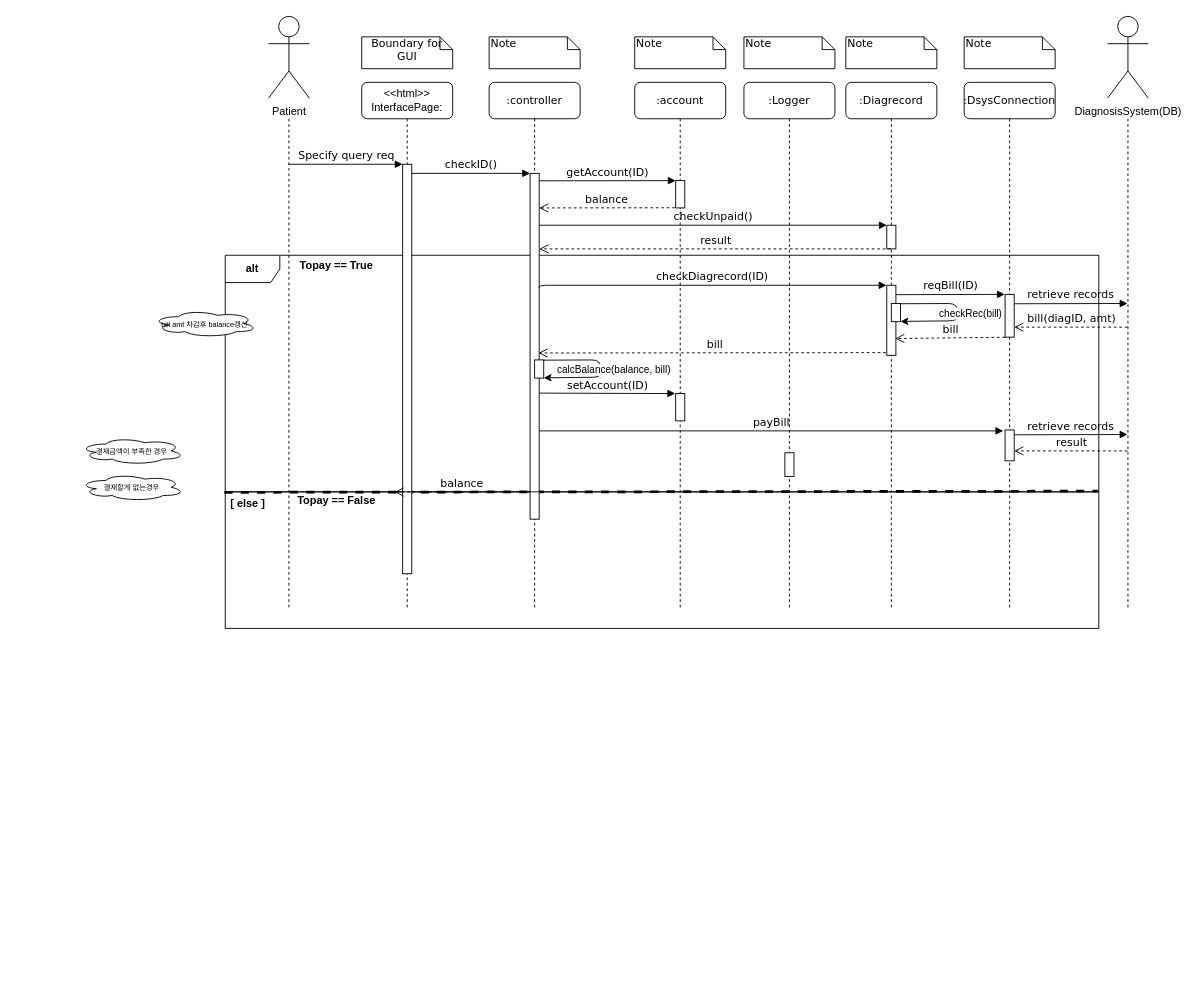
yhb1834/Smart-Health-Prediction-System keeps this draw.io diagram as patient/UC5_sequence_diag.drawio. Above is the earlier version. Source tidied: cells renumbered, new cells numbered last; positions are measured from the earlier drawing's top-left corner, leaving out a move shared by most shapes. Both pictures are drawn from the tidied source at 91%, with x=0, y=0 at pixel (79, 16).
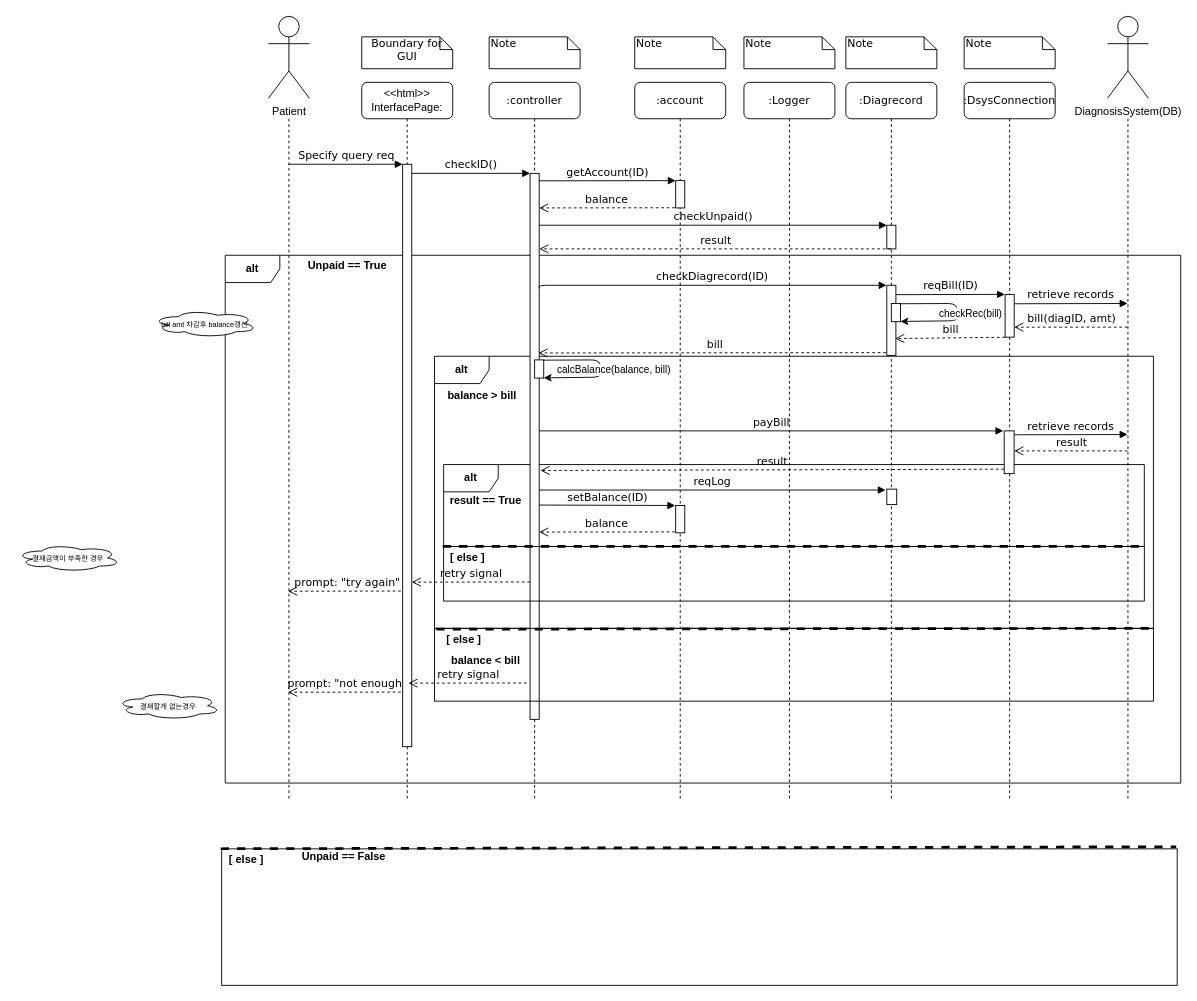
After the change.

Diff of the diagram source:
```diff
@@
+    <mxCell id="6" value="&lt;b&gt;alt&lt;/b&gt;" style="shape=umlFrame;whiteSpace=wrap;html=1;" parent="1" vertex="1">
+      <mxGeometry x="160" y="262" width="1050" height="580" as="geometry" />
+    </mxCell>
+    <mxCell id="61" value="prompt: &quot;not enough&quot;" style="html=1;verticalAlign=bottom;endArrow=open;dashed=1;endSize=8;labelBackgroundColor=none;fontFamily=Verdana;fontSize=12;edgeStyle=elbowEdgeStyle;elbow=vertical;exitX=-0.087;exitY=0.993;exitDx=0;exitDy=0;exitPerimeter=0;" parent="1" edge="1">
+      <mxGeometry relative="1" as="geometry">
+        <mxPoint x="359" y="742" as="sourcePoint" />
+        <mxPoint x="229" y="742" as="targetPoint" />
+        <Array as="points">
+          <mxPoint x="313.9" y="742.2" />
+          <mxPoint x="288.9" y="742.2" />
+          <mxPoint x="318.9" y="742.2" />
+        </Array>
+      </mxGeometry>
+    </mxCell>
+    <mxCell id="62" value="prompt: &quot;try again&quot;" style="html=1;verticalAlign=bottom;endArrow=open;dashed=1;endSize=8;labelBackgroundColor=none;fontFamily=Verdana;fontSize=12;edgeStyle=elbowEdgeStyle;elbow=vertical;exitX=-0.087;exitY=0.993;exitDx=0;exitDy=0;exitPerimeter=0;" parent="1" edge="1">
+      <mxGeometry relative="1" as="geometry">
+        <mxPoint x="359" y="631" as="sourcePoint" />
+        <mxPoint x="229" y="631" as="targetPoint" />
+        <Array as="points">
+          <mxPoint x="313.9" y="631.2" />
+          <mxPoint x="288.9" y="631.2" />
+          <mxPoint x="318.9" y="631.2" />
+        </Array>
+      </mxGeometry>
+    </mxCell>
+    <mxCell id="63" value="&lt;b&gt;alt&lt;/b&gt;" style="shape=umlFrame;whiteSpace=wrap;html=1;" parent="1" vertex="1">
+      <mxGeometry x="390" y="373" width="790" height="299" as="geometry" />
+    </mxCell>
+    <mxCell id="64" value="&lt;b&gt;alt&lt;/b&gt;" style="shape=umlFrame;whiteSpace=wrap;html=1;" parent="1" vertex="1">
+      <mxGeometry x="400" y="492" width="770" height="90" as="geometry" />
+    </mxCell>
@@
     <mxCell id="3" value=":DsysConnection" style="shape=umlLifeline;perimeter=lifelinePerimeter;whiteSpace=wrap;html=1;rounded=1;shadow=0;comic=0;labelBackgroundColor=none;strokeWidth=1;fontFamily=Verdana;fontSize=12;align=center;" parent="1" vertex="1">
-      <mxGeometry x="972" y="72" width="100" height="580" as="geometry" />
+      <mxGeometry x="972" y="72" width="100" height="790" as="geometry" />
     </mxCell>
     <mxCell id="4" value=":Logger" style="shape=umlLifeline;perimeter=lifelinePerimeter;whiteSpace=wrap;html=1;rounded=1;shadow=0;comic=0;labelBackgroundColor=none;strokeWidth=1;fontFamily=Verdana;fontSize=12;align=center;" parent="1" vertex="1">
-      <mxGeometry x="730" y="72" width="100" height="580" as="geometry" />
+      <mxGeometry x="730" y="72" width="100" height="790" as="geometry" />
     </mxCell>
-    <mxCell id="5" style="group;" parent="1" vertex="1">
-      <mxGeometry x="160" y="262" width="960" height="260" as="geometry" />
-    </mxCell>
-    <mxCell id="6" value="&lt;b&gt;alt&lt;/b&gt;" style="shape=umlFrame;whiteSpace=wrap;html=1;" parent="5" vertex="1">
-      <mxGeometry width="960" height="260" as="geometry" />
-    </mxCell>
-    <mxCell id="7" value="Topay == True" style="text;html=1;strokeColor=none;fillColor=none;align=center;verticalAlign=middle;whiteSpace=wrap;rounded=0;fontStyle=1;" parent="5" vertex="1">
-      <mxGeometry x="80" y="1.1" width="85" height="22.6" as="geometry" />
-    </mxCell>
-    <mxCell id="8" style="endArrow=none;dashed=1;html=1;strokeWidth=3;entryX=0.999;entryY=0.997;entryDx=0;entryDy=0;entryPerimeter=0;exitX=-0.001;exitY=1.002;exitDx=0;exitDy=0;exitPerimeter=0;" parent="5" edge="1" source="6" target="6">
-      <mxGeometry x="-50" y="305.2" as="geometry" />
-    </mxCell>
-    <mxCell id="9" style="html=1;perimeter=orthogonalPerimeter;rounded=0;shadow=0;comic=0;labelBackgroundColor=none;strokeColor=#000000;strokeWidth=1;fillColor=#FFFFFF;fontFamily=Verdana;fontSize=12;fontColor=#000000;align=center;" parent="5" vertex="1">
-      <mxGeometry x="857" y="192" width="10" height="33.9" as="geometry" />
-    </mxCell>
-    <mxCell id="10" style="html=1;perimeter=orthogonalPerimeter;rounded=0;shadow=0;comic=0;labelBackgroundColor=none;strokeWidth=1;fontFamily=Verdana;fontSize=12;align=center;" parent="5" vertex="1">
-      <mxGeometry x="615" y="217" width="10" height="26" as="geometry" />
-    </mxCell>
     <mxCell id="11" value=":controller" style="shape=umlLifeline;perimeter=lifelinePerimeter;whiteSpace=wrap;html=1;rounded=1;shadow=0;comic=0;labelBackgroundColor=none;strokeWidth=1;fontFamily=Verdana;fontSize=12;align=center;" parent="1" vertex="1">
-      <mxGeometry x="450" y="72" width="100" height="580" as="geometry" />
+      <mxGeometry x="450" y="72" width="100" height="790" as="geometry" />
     </mxCell>
     <mxCell id="12" style="html=1;points=[];perimeter=orthogonalPerimeter;rounded=0;shadow=0;comic=0;labelBackgroundColor=none;strokeWidth=1;fontFamily=Verdana;fontSize=12;align=center;" parent="11" vertex="1">
-      <mxGeometry x="45" y="100" width="10" height="380" as="geometry" />
+      <mxGeometry x="45" y="100" width="10" height="600" as="geometry" />
     </mxCell>
     <mxCell id="13" value=":account" style="shape=umlLifeline;perimeter=lifelinePerimeter;whiteSpace=wrap;html=1;rounded=1;shadow=0;comic=0;labelBackgroundColor=none;strokeWidth=1;fontFamily=Verdana;fontSize=12;align=center;" parent="1" vertex="1">
-      <mxGeometry x="610" y="72" width="100" height="580" as="geometry" />
+      <mxGeometry x="610" y="72" width="100" height="790" as="geometry" />
     </mxCell>
@@
+    <mxCell id="33" value="setBalance(ID)" style="html=1;verticalAlign=bottom;endArrow=block;entryX=-0.051;entryY=-0.006;labelBackgroundColor=none;fontFamily=Verdana;fontSize=12;edgeStyle=elbowEdgeStyle;elbow=vertical;entryDx=0;entryDy=0;entryPerimeter=0;" parent="13" edge="1">
+      <mxGeometry relative="1" as="geometry">
+        <mxPoint x="-105" y="464.5" as="sourcePoint" />
+        <mxPoint x="44.5" y="464.8" as="targetPoint" />
+      </mxGeometry>
+    </mxCell>
+    <mxCell id="34" style="html=1;perimeter=orthogonalPerimeter;rounded=0;shadow=0;comic=0;labelBackgroundColor=none;strokeWidth=1;fontFamily=Verdana;fontSize=12;align=center;" parent="13" vertex="1">
+      <mxGeometry x="45" y="465" width="10" height="30" as="geometry" />
+    </mxCell>
     <mxCell id="15" value=":Diagrecord" style="shape=umlLifeline;perimeter=lifelinePerimeter;whiteSpace=wrap;html=1;outlineConnect=0;rounded=1;shadow=0;comic=0;labelBackgroundColor=none;strokeWidth=1;fontFamily=Verdana;fontSize=12;align=center;" parent="1" vertex="1">
-      <mxGeometry x="842" y="72" width="100" height="580" as="geometry" />
+      <mxGeometry x="842" y="72" width="100" height="790" as="geometry" />
     </mxCell>
@@
+    <mxCell id="10" style="html=1;perimeter=orthogonalPerimeter;rounded=0;shadow=0;comic=0;labelBackgroundColor=none;strokeWidth=1;fontFamily=Verdana;fontSize=12;align=center;" parent="15" vertex="1">
+      <mxGeometry x="45" y="447" width="10.9" height="17" as="geometry" />
+    </mxCell>
     <mxCell id="17" value="&lt;font face=&quot;Helvetica&quot;&gt;&amp;lt;&amp;lt;html&amp;gt;&amp;gt;&lt;br&gt;InterfacePage:&lt;/font&gt;" style="shape=umlLifeline;perimeter=lifelinePerimeter;whiteSpace=wrap;html=1;rounded=1;shadow=0;comic=0;labelBackgroundColor=none;strokeWidth=1;fontFamily=Verdana;fontSize=12;align=center;" parent="1" vertex="1">
-      <mxGeometry x="310" y="72" width="100" height="580" as="geometry" />
+      <mxGeometry x="310" y="72" width="100" height="790" as="geometry" />
     </mxCell>
     <mxCell id="18" style="html=1;points=[];perimeter=orthogonalPerimeter;rounded=0;shadow=0;comic=0;labelBackgroundColor=none;strokeWidth=1;fontFamily=Verdana;fontSize=12;align=center;" parent="17" vertex="1">
-      <mxGeometry x="45" y="90" width="10" height="450" as="geometry" />
+      <mxGeometry x="45" y="90" width="10" height="640" as="geometry" />
     </mxCell>
@@
     <mxCell id="27" style="shape=umlLifeline;perimeter=lifelinePerimeter;whiteSpace=wrap;html=1;outlineConnect=0;rounded=1;shadow=0;comic=0;labelBackgroundColor=none;strokeWidth=1;fontFamily=Verdana;fontSize=12;align=center;size=0;" parent="1" vertex="1">
-      <mxGeometry x="180" y="112" width="100" height="540" as="geometry" />
+      <mxGeometry x="180" y="112" width="100" height="750" as="geometry" />
     </mxCell>
@@
     <mxCell id="29" style="shape=umlLifeline;perimeter=lifelinePerimeter;whiteSpace=wrap;html=1;rounded=1;shadow=0;comic=0;labelBackgroundColor=none;strokeWidth=1;fontFamily=Verdana;fontSize=12;align=center;size=0;" parent="1" vertex="1">
-      <mxGeometry x="1102" y="112" width="100" height="540" as="geometry" />
+      <mxGeometry x="1102" y="112" width="100" height="750" as="geometry" />
     </mxCell>
@@
-    <mxCell id="33" value="setAccount(ID)" style="html=1;verticalAlign=bottom;endArrow=block;entryX=-0.051;entryY=-0.006;labelBackgroundColor=none;fontFamily=Verdana;fontSize=12;edgeStyle=elbowEdgeStyle;elbow=vertical;entryDx=0;entryDy=0;entryPerimeter=0;" parent="1" edge="1">
-      <mxGeometry relative="1" as="geometry">
-        <mxPoint x="505" y="413.5" as="sourcePoint" />
-        <mxPoint x="654.5" y="413.8" as="targetPoint" />
-      </mxGeometry>
-    </mxCell>
-    <mxCell id="34" style="html=1;perimeter=orthogonalPerimeter;rounded=0;shadow=0;comic=0;labelBackgroundColor=none;strokeWidth=1;fontFamily=Verdana;fontSize=12;align=center;" parent="1" vertex="1">
-      <mxGeometry x="655" y="414" width="10" height="30" as="geometry" />
-    </mxCell>
@@
     <mxCell id="43" value="&lt;span style=&quot;font-size: 8px&quot;&gt;결재할게 없는경우&lt;br&gt;&lt;/span&gt;" style="ellipse;shape=cloud;whiteSpace=wrap;html=1;" parent="1" vertex="1">
-      <mxGeometry y="502" width="115" height="30" as="geometry" />
+      <mxGeometry x="40" y="742" width="115" height="30" as="geometry" />
     </mxCell>
     <mxCell id="44" value="&lt;span style=&quot;font-size: 8px&quot;&gt;결재금액이 부족한 경우&lt;br&gt;&lt;/span&gt;" style="ellipse;shape=cloud;whiteSpace=wrap;html=1;" parent="1" vertex="1">
-      <mxGeometry y="462" width="115" height="30" as="geometry" />
+      <mxGeometry x="-70" y="579.5" width="115" height="30" as="geometry" />
     </mxCell>
@@
-    <mxCell id="54" value="balance" style="html=1;verticalAlign=bottom;endArrow=open;dashed=1;endSize=8;labelBackgroundColor=none;fontFamily=Verdana;fontSize=12;edgeStyle=elbowEdgeStyle;elbow=vertical;exitX=-0.087;exitY=0.993;exitDx=0;exitDy=0;exitPerimeter=0;" parent="1" edge="1">
-      <mxGeometry relative="1" as="geometry">
-        <mxPoint x="495.1" y="522" as="sourcePoint" />
-        <mxPoint x="346" y="522.2" as="targetPoint" />
-        <Array as="points">
-          <mxPoint x="450" y="522.2" />
-          <mxPoint x="425" y="522.2" />
-          <mxPoint x="455" y="522.2" />
-        </Array>
-      </mxGeometry>
-    </mxCell>
-    <mxCell id="55" style="group;" parent="1" vertex="1">
-      <mxGeometry x="160" y="522" width="960" height="150" as="geometry" />
-    </mxCell>
+    <mxCell id="59" value="checkUnpaid()" style="html=1;verticalAlign=bottom;endArrow=block;labelBackgroundColor=none;fontFamily=Verdana;fontSize=12;edgeStyle=elbowEdgeStyle;elbow=vertical;" parent="1" edge="1">
+      <mxGeometry relative="1" as="geometry">
+        <mxPoint x="505" y="229" as="sourcePoint" />
+        <mxPoint x="887" y="229" as="targetPoint" />
+        <Array as="points">
+          <mxPoint x="670" y="229" />
+          <mxPoint x="520" y="219" />
+        </Array>
+      </mxGeometry>
+    </mxCell>
+    <mxCell id="60" value="Note" style="shape=note;whiteSpace=wrap;html=1;size=14;verticalAlign=top;align=left;spacingTop=-6;rounded=0;shadow=0;comic=0;labelBackgroundColor=none;strokeWidth=1;fontFamily=Verdana;fontSize=12;" parent="1" vertex="1">
+      <mxGeometry x="730" y="22" width="100" height="35" as="geometry" />
+    </mxCell>
+    <mxCell id="9" style="html=1;perimeter=orthogonalPerimeter;rounded=0;shadow=0;comic=0;labelBackgroundColor=none;strokeColor=#000000;strokeWidth=1;fillColor=#FFFFFF;fontFamily=Verdana;fontSize=12;fontColor=#000000;align=center;" parent="1" vertex="1">
+      <mxGeometry x="1016" y="455" width="10.9" height="47" as="geometry" />
+    </mxCell>
+    <mxCell id="65" value="result" style="html=1;verticalAlign=bottom;endArrow=open;dashed=1;endSize=8;labelBackgroundColor=none;fontFamily=Verdana;fontSize=12;exitX=-0.199;exitY=0.769;exitDx=0;exitDy=0;exitPerimeter=0;entryX=0.939;entryY=0.817;entryDx=0;entryDy=0;entryPerimeter=0;" parent="1" edge="1">
+      <mxGeometry relative="1" as="geometry">
+        <mxPoint x="1015.8" y="497.1" as="sourcePoint" />
+        <mxPoint x="506.4" y="498.5" as="targetPoint" />
+      </mxGeometry>
+    </mxCell>
+    <mxCell id="7" value="Unpaid == True" style="text;html=1;strokeColor=none;fillColor=none;align=center;verticalAlign=middle;whiteSpace=wrap;rounded=0;fontStyle=1;" parent="1" vertex="1">
+      <mxGeometry x="247.5" y="263.1" width="93" height="22.6" as="geometry" />
+    </mxCell>
+    <mxCell id="66" value="reqLog" style="html=1;verticalAlign=bottom;endArrow=block;labelBackgroundColor=none;fontFamily=Verdana;fontSize=12;edgeStyle=elbowEdgeStyle;elbow=vertical;entryX=-0.033;entryY=0.004;entryDx=0;entryDy=0;entryPerimeter=0;" parent="1" edge="1">
+      <mxGeometry x="-50" y="289" as="geometry">
+        <mxPoint x="505" y="520" as="sourcePoint" />
+        <mxPoint x="885.7" y="520.3" as="targetPoint" />
+        <Array as="points">
+          <mxPoint x="699" y="520" />
+        </Array>
+      </mxGeometry>
+    </mxCell>
+    <mxCell id="8" style="endArrow=none;dashed=1;html=1;strokeWidth=3;entryX=0.999;entryY=0.997;entryDx=0;entryDy=0;entryPerimeter=0;exitX=-0.001;exitY=1.002;exitDx=0;exitDy=0;exitPerimeter=0;" parent="1" edge="1">
+      <mxGeometry x="-158.6" y="1454.8" as="geometry">
+        <mxPoint x="155" y="914.2" as="sourcePoint" />
+        <mxPoint x="1205" y="912" as="targetPoint" />
+      </mxGeometry>
+    </mxCell>
+    <mxCell id="67" value="balance &amp;gt; bill" style="text;html=1;strokeColor=none;fillColor=none;align=center;verticalAlign=middle;whiteSpace=wrap;rounded=0;fontStyle=1;" parent="1" vertex="1">
+      <mxGeometry x="396" y="406" width="93" height="22.6" as="geometry" />
+    </mxCell>
+    <mxCell id="68" value="result == True" style="text;html=1;strokeColor=none;fillColor=none;align=center;verticalAlign=middle;whiteSpace=wrap;rounded=0;fontStyle=1;" parent="1" vertex="1">
+      <mxGeometry x="400" y="520.7" width="93" height="22.6" as="geometry" />
+    </mxCell>
+    <mxCell id="69" style="endArrow=none;dashed=1;html=1;strokeWidth=3;entryX=-0.001;entryY=1.004;entryDx=0;entryDy=0;entryPerimeter=0;exitX=1;exitY=0.998;exitDx=0;exitDy=0;exitPerimeter=0;" parent="1" edge="1">
+      <mxGeometry relative="1" as="geometry">
+        <mxPoint x="1175" y="672" as="sourcePoint" />
+        <mxPoint x="385" y="672.9" as="targetPoint" />
+      </mxGeometry>
+    </mxCell>
+    <mxCell id="70" style="rounded=0;whiteSpace=wrap;html=1;fillColor=none;" parent="1" vertex="1">
+      <mxGeometry x="400" y="582" width="770" height="60" as="geometry" />
+    </mxCell>
-    <mxCell id="56" style="rounded=0;whiteSpace=wrap;html=1;fillColor=none;" parent="55" vertex="1">
-      <mxGeometry width="960" height="150" as="geometry" />
+    <mxCell id="56" style="rounded=0;whiteSpace=wrap;html=1;fillColor=none;" parent="1" vertex="1">
+      <mxGeometry x="156.1" y="914.3" width="1050" height="150" as="geometry" />
     </mxCell>
-    <mxCell id="57" value="&lt;b&gt;[ else ]&lt;/b&gt;" style="text;html=1;strokeColor=none;fillColor=none;align=center;verticalAlign=middle;whiteSpace=wrap;rounded=0;" parent="55" vertex="1">
-      <mxGeometry width="50" height="25" as="geometry" />
+    <mxCell id="57" value="&lt;b&gt;[ else ]&lt;/b&gt;" style="text;html=1;strokeColor=none;fillColor=none;align=center;verticalAlign=middle;whiteSpace=wrap;rounded=0;" parent="1" vertex="1">
+      <mxGeometry x="156.1" y="913.3" width="54.7" height="25" as="geometry" />
     </mxCell>
-    <mxCell id="58" value="Topay == False" style="text;html=1;strokeColor=none;fillColor=none;align=center;verticalAlign=middle;whiteSpace=wrap;rounded=0;fontStyle=1;" parent="55" vertex="1">
-      <mxGeometry x="70" y="1.7" width="105" height="16.7" as="geometry" />
+    <mxCell id="58" value="Unpaid&amp;nbsp;== False" style="text;html=1;strokeColor=none;fillColor=none;align=center;verticalAlign=middle;whiteSpace=wrap;rounded=0;fontStyle=1;" parent="1" vertex="1">
+      <mxGeometry x="232.6" y="915" width="114.8" height="16.7" as="geometry" />
     </mxCell>
-    <mxCell id="59" value="checkUnpaid()" style="html=1;verticalAlign=bottom;endArrow=block;labelBackgroundColor=none;fontFamily=Verdana;fontSize=12;edgeStyle=elbowEdgeStyle;elbow=vertical;" parent="1" edge="1">
-      <mxGeometry relative="1" as="geometry">
-        <mxPoint x="505" y="229" as="sourcePoint" />
-        <mxPoint x="887" y="229" as="targetPoint" />
-        <Array as="points">
-          <mxPoint x="670" y="229" />
-          <mxPoint x="520" y="219" />
-        </Array>
-      </mxGeometry>
-    </mxCell>
-    <mxCell id="60" value="Note" style="shape=note;whiteSpace=wrap;html=1;size=14;verticalAlign=top;align=left;spacingTop=-6;rounded=0;shadow=0;comic=0;labelBackgroundColor=none;strokeWidth=1;fontFamily=Verdana;fontSize=12;" parent="1" vertex="1">
-      <mxGeometry x="730" y="22" width="100" height="35" as="geometry" />
-    </mxCell>
+    <mxCell id="71" value="&lt;b&gt;[ else ]&lt;/b&gt;" style="text;html=1;strokeColor=none;fillColor=none;align=center;verticalAlign=middle;whiteSpace=wrap;rounded=0;" parent="1" vertex="1">
+      <mxGeometry x="399" y="582" width="54.7" height="25" as="geometry" />
+    </mxCell>
+    <mxCell id="54" value="balance" style="html=1;verticalAlign=bottom;endArrow=open;dashed=1;endSize=8;labelBackgroundColor=none;fontFamily=Verdana;fontSize=12;edgeStyle=elbowEdgeStyle;elbow=vertical;exitX=-0.087;exitY=0.993;exitDx=0;exitDy=0;exitPerimeter=0;" parent="1" edge="1">
+      <mxGeometry relative="1" as="geometry">
+        <mxPoint x="654.1" y="566" as="sourcePoint" />
+        <mxPoint x="505" y="566.2" as="targetPoint" />
+        <Array as="points">
+          <mxPoint x="609" y="566.2" />
+          <mxPoint x="584" y="566.2" />
+          <mxPoint x="614" y="566.2" />
+        </Array>
+      </mxGeometry>
+    </mxCell>
+    <mxCell id="72" style="endArrow=none;dashed=1;html=1;strokeWidth=3;exitX=0;exitY=0;exitDx=0;exitDy=0;entryX=1;entryY=0;entryDx=0;entryDy=0;" parent="1" edge="1" target="70">
+      <mxGeometry relative="1" as="geometry">
+        <mxPoint x="399" y="582" as="sourcePoint" />
+      </mxGeometry>
+    </mxCell>
+    <mxCell id="73" value="retry signal" style="html=1;verticalAlign=bottom;endArrow=open;dashed=1;endSize=8;labelBackgroundColor=none;fontFamily=Verdana;fontSize=12;edgeStyle=elbowEdgeStyle;elbow=vertical;exitX=-0.087;exitY=0.993;exitDx=0;exitDy=0;exitPerimeter=0;" parent="1" edge="1">
+      <mxGeometry relative="1" as="geometry">
+        <mxPoint x="495" y="621" as="sourcePoint" />
+        <mxPoint x="365" y="621" as="targetPoint" />
+        <Array as="points">
+          <mxPoint x="449.9" y="621.2" />
+          <mxPoint x="424.9" y="621.2" />
+          <mxPoint x="454.9" y="621.2" />
+        </Array>
+      </mxGeometry>
+    </mxCell>
+    <mxCell id="74" style="rounded=0;whiteSpace=wrap;html=1;fillColor=none;" parent="1" vertex="1">
+      <mxGeometry x="390" y="672" width="790" height="80" as="geometry" />
+    </mxCell>
+    <mxCell id="75" value="&lt;b&gt;[ else ]&lt;/b&gt;" style="text;html=1;strokeColor=none;fillColor=none;align=center;verticalAlign=middle;whiteSpace=wrap;rounded=0;" parent="1" vertex="1">
+      <mxGeometry x="395.3" y="672" width="54.7" height="25" as="geometry" />
+    </mxCell>
+    <mxCell id="76" value="balance &amp;lt; bill" style="text;html=1;strokeColor=none;fillColor=none;align=center;verticalAlign=middle;whiteSpace=wrap;rounded=0;fontStyle=1;" parent="1" vertex="1">
+      <mxGeometry x="400" y="697" width="93" height="22.6" as="geometry" />
+    </mxCell>
+    <mxCell id="77" value="retry signal" style="html=1;verticalAlign=bottom;endArrow=open;dashed=1;endSize=8;labelBackgroundColor=none;fontFamily=Verdana;fontSize=12;edgeStyle=elbowEdgeStyle;elbow=vertical;exitX=-0.087;exitY=0.993;exitDx=0;exitDy=0;exitPerimeter=0;" parent="1" edge="1">
+      <mxGeometry relative="1" as="geometry">
+        <mxPoint x="491.3" y="732" as="sourcePoint" />
+        <mxPoint x="361.3" y="732" as="targetPoint" />
+        <Array as="points">
+          <mxPoint x="446.2" y="732.2" />
+          <mxPoint x="421.2" y="732.2" />
+          <mxPoint x="451.2" y="732.2" />
+        </Array>
+      </mxGeometry>
+    </mxCell>
```
